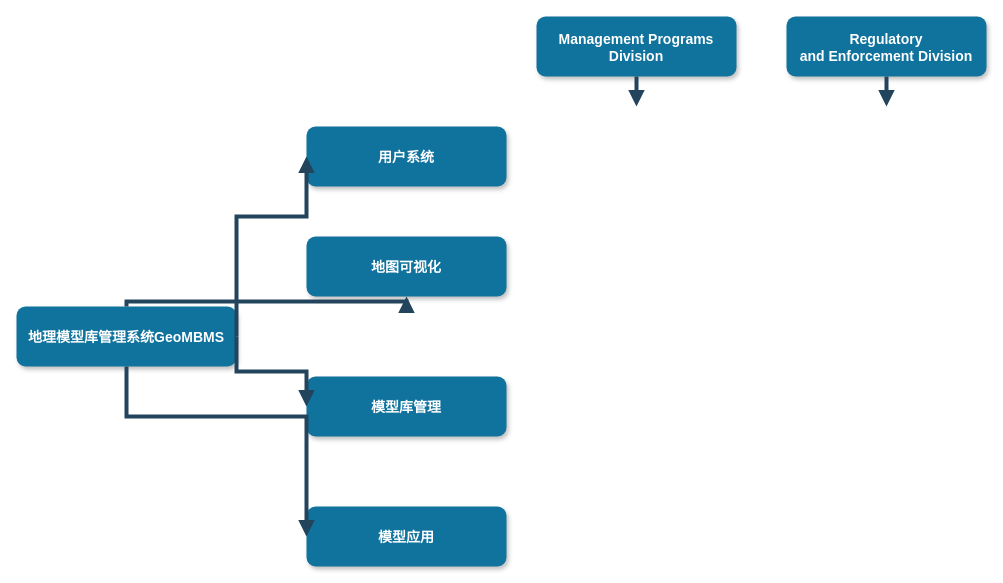
This is 毕设功能模块设计.drawio from Orangon/drawio-digrams, a draw.io file, before an edit. Source tidied: cells renumbered, new cells numbered last; positions are measured from the earlier drawing's top-left corner, leaving out a move shared by most shapes. Both pictures are drawn from the tidied source at 100%, with x=0, y=0 at pixel (16, 16).
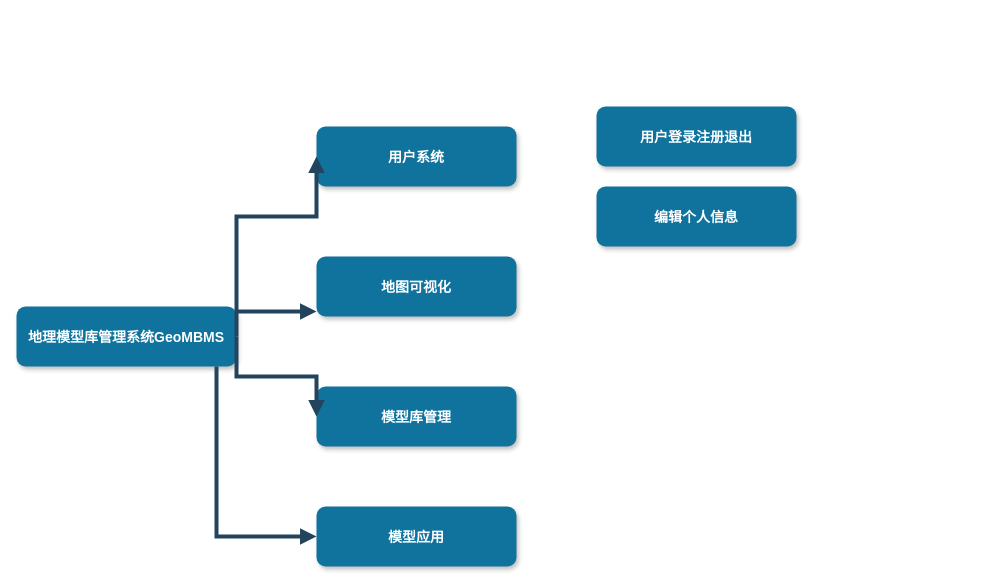
The same page after the edit.

Commit message:
更新毕设功能模块设计.drawio

Unchanged cells that the change refers to:
```xml
<mxCell id="2" value="地理模型库管理系统GeoMBMS" style="rounded=1;fillColor=#10739E;strokeColor=none;shadow=1;gradientColor=none;fontStyle=1;fontColor=#FFFFFF;fontSize=14;" parent="1" vertex="1">
  <mxGeometry y="290" width="220" height="60" as="geometry" />
</mxCell>
```

What changed in the source:
```diff
@@
     <mxCell id="3" value="用户系统" style="rounded=1;fillColor=#10739E;strokeColor=none;shadow=1;gradientColor=none;fontStyle=1;fontColor=#FFFFFF;fontSize=14;" parent="1" vertex="1">
-      <mxGeometry x="290" y="110" width="200" height="60" as="geometry" />
+      <mxGeometry x="300" y="110" width="200" height="60" as="geometry" />
     </mxCell>
     <mxCell id="4" value="地图可视化" style="rounded=1;fillColor=#10739E;strokeColor=none;shadow=1;gradientColor=none;fontStyle=1;fontColor=#FFFFFF;fontSize=14;" parent="1" vertex="1">
-      <mxGeometry x="290" y="220" width="200" height="60" as="geometry" />
+      <mxGeometry x="300" y="240" width="200" height="60" as="geometry" />
     </mxCell>
     <mxCell id="5" value="模型库管理" style="rounded=1;fillColor=#10739E;strokeColor=none;shadow=1;gradientColor=none;fontStyle=1;fontColor=#FFFFFF;fontSize=14;" parent="1" vertex="1">
-      <mxGeometry x="290" y="360" width="200" height="60" as="geometry" />
+      <mxGeometry x="300" y="370" width="200" height="60" as="geometry" />
     </mxCell>
-    <mxCell id="6" value="Management Programs &#10;Division" style="rounded=1;fillColor=#10739E;strokeColor=none;shadow=1;gradientColor=none;fontStyle=1;fontColor=#FFFFFF;fontSize=14;" parent="1" vertex="1">
-      <mxGeometry x="520" width="200" height="60" as="geometry" />
+    <mxCell id="6" value="用户登录注册退出" style="rounded=1;fillColor=#10739E;strokeColor=none;shadow=1;gradientColor=none;fontStyle=1;fontColor=#FFFFFF;fontSize=14;" parent="1" vertex="1">
+      <mxGeometry x="580" y="90" width="200" height="60" as="geometry" />
     </mxCell>
-    <mxCell id="7" value="Regulatory &#10;and Enforcement Division" style="rounded=1;fillColor=#10739E;strokeColor=none;shadow=1;gradientColor=none;fontStyle=1;fontColor=#FFFFFF;fontSize=14;" parent="1" vertex="1">
-      <mxGeometry x="770" width="200" height="60" as="geometry" />
+    <mxCell id="7" value="编辑个人信息" style="rounded=1;fillColor=#10739E;strokeColor=none;shadow=1;gradientColor=none;fontStyle=1;fontColor=#FFFFFF;fontSize=14;" parent="1" vertex="1">
+      <mxGeometry x="580" y="170" width="200" height="60" as="geometry" />
     </mxCell>
@@
-    <mxCell id="10" style="edgeStyle=elbowEdgeStyle;elbow=vertical;strokeWidth=4;endArrow=block;endFill=1;fontStyle=1;strokeColor=#23445D;rounded=0;entryX=0;entryY=0.5;entryDx=0;entryDy=0;exitX=1;exitY=0.5;exitDx=0;exitDy=0;" parent="1" edge="1" source="2" target="5">
-      <mxGeometry x="-240" y="-20" as="geometry" />
+    <mxCell id="10" style="edgeStyle=elbowEdgeStyle;elbow=vertical;strokeWidth=4;endArrow=block;endFill=1;fontStyle=1;strokeColor=#23445D;rounded=0;entryX=0;entryY=0.5;entryDx=0;entryDy=0;" parent="1" edge="1" target="5">
+      <mxGeometry x="-240" y="-20" as="geometry">
+        <mxPoint x="220" y="320" as="sourcePoint" />
+      </mxGeometry>
     </mxCell>
-    <mxCell id="11" style="edgeStyle=elbowEdgeStyle;elbow=vertical;strokeWidth=4;endArrow=block;endFill=1;fontStyle=1;strokeColor=#23445D;rounded=0;" parent="1" edge="1" source="6">
-      <mxGeometry x="-190" y="-20" as="geometry">
-        <mxPoint x="620" y="90" as="targetPoint" />
-      </mxGeometry>
-    </mxCell>
-    <mxCell id="12" style="edgeStyle=elbowEdgeStyle;elbow=vertical;strokeWidth=4;endArrow=block;endFill=1;fontStyle=1;strokeColor=#23445D;rounded=0;" parent="1" edge="1" source="7">
-      <mxGeometry x="-190" y="-20" as="geometry">
-        <mxPoint x="870" y="90" as="targetPoint" />
-      </mxGeometry>
-    </mxCell>
     <mxCell id="13" value="模型应用" style="rounded=1;fillColor=#10739E;strokeColor=none;shadow=1;gradientColor=none;fontStyle=1;fontColor=#FFFFFF;fontSize=14;" parent="1" vertex="1">
-      <mxGeometry x="290" y="490" width="200" height="60" as="geometry" />
+      <mxGeometry x="300" y="490" width="200" height="60" as="geometry" />
     </mxCell>
     <mxCell id="14" style="edgeStyle=elbowEdgeStyle;elbow=vertical;strokeWidth=4;endArrow=block;endFill=1;fontStyle=1;strokeColor=#23445D;rounded=0;entryX=0;entryY=0.5;entryDx=0;entryDy=0;" parent="1" edge="1" source="2" target="13">
       <mxGeometry x="-240" y="-20" as="geometry">
         <Array as="points">
-          <mxPoint x="250" y="400" />
+          <mxPoint x="200" y="520" />
         </Array>
       </mxGeometry>
     </mxCell>
```
